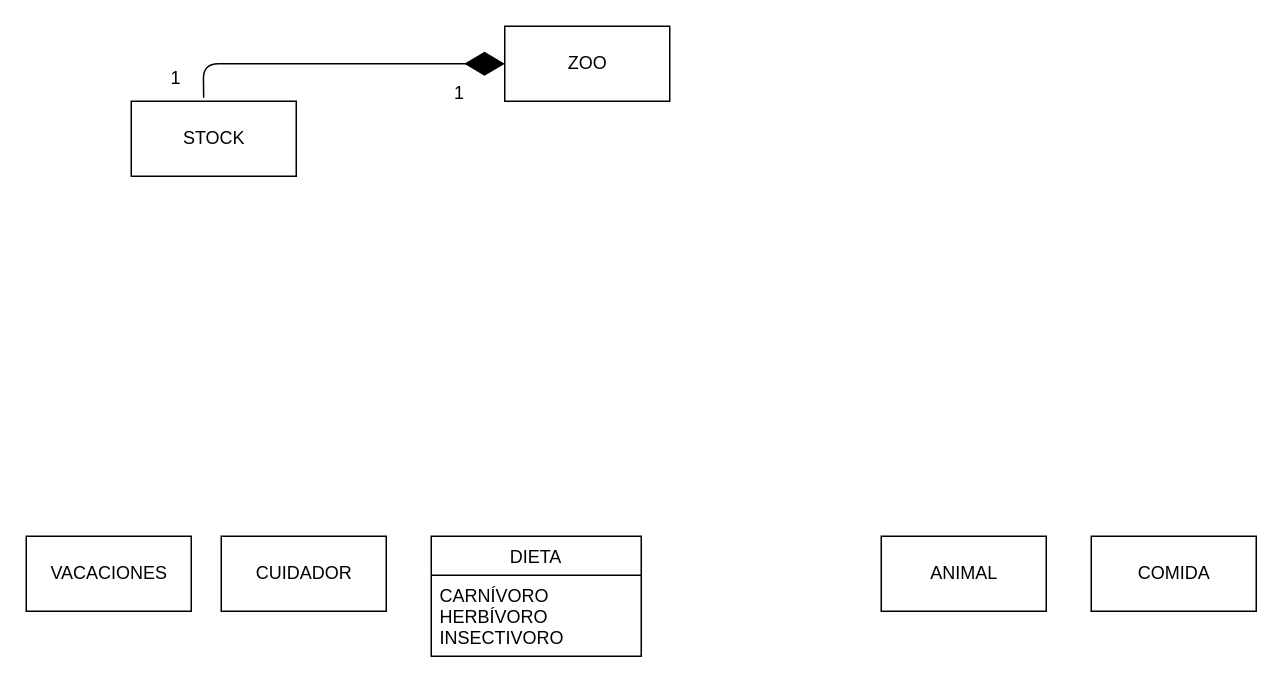
Above: EJ5/ejercicio5.drawio in Trabajo-gruupal-empresa/Mediante-UML (draw.io), before the change. Source tidied: cells renumbered, new cells numbered last; positions are measured from the earlier drawing's top-left corner, leaving out a move shared by most shapes. Both pictures are drawn from the tidied source at 150%, with x=0, y=0 at pixel (26, 26).
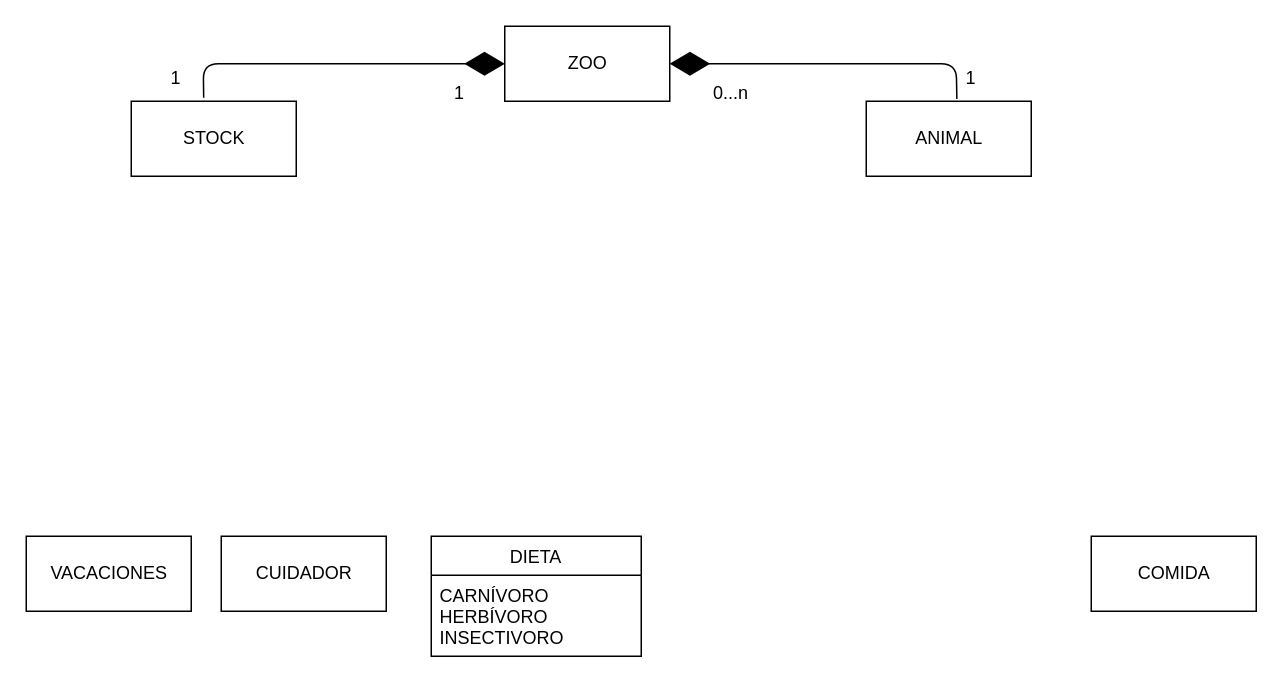
The same page after the edit.

Commit message:
composición animal/zoo

The edit, as a diff of the source:
```diff
@@
 <mxGraphModel>
   <root>
     <mxCell id="0" />
     <mxCell id="1" parent="0" />
     <mxCell id="2" value="ZOO" style="html=1;" parent="1" vertex="1">
       <mxGeometry x="319" width="110" height="50" as="geometry" />
     </mxCell>
     <mxCell id="3" value="CUIDADOR" style="html=1;" parent="1" vertex="1">
       <mxGeometry x="130" y="340" width="110" height="50" as="geometry" />
     </mxCell>
     <mxCell id="4" value="ANIMAL" style="html=1;" parent="1" vertex="1">
-      <mxGeometry x="570" y="340" width="110" height="50" as="geometry" />
+      <mxGeometry x="560" y="50" width="110" height="50" as="geometry" />
     </mxCell>
     <mxCell id="5" value="COMIDA" style="html=1;" parent="1" vertex="1">
       <mxGeometry x="710" y="340" width="110" height="50" as="geometry" />
     </mxCell>
     <mxCell id="6" value="VACACIONES" style="html=1;" parent="1" vertex="1">
       <mxGeometry y="340" width="110" height="50" as="geometry" />
     </mxCell>
     <mxCell id="7" value="STOCK" style="html=1;" parent="1" vertex="1">
       <mxGeometry x="70" y="50" width="110" height="50" as="geometry" />
     </mxCell>
     <mxCell id="8" value="DIETA" style="swimlane;fontStyle=0;horizontal=1;startSize=26;fillColor=none;" parent="1" vertex="1">
       <mxGeometry x="270" y="340" width="140" height="80" as="geometry" />
     </mxCell>
     <mxCell id="9" value="CARNÍVORO&#10;HERBÍVORO&#10;INSECTIVORO" style="text;strokeColor=none;fillColor=none;align=left;verticalAlign=top;spacingLeft=4;spacingRight=4;overflow=hidden;" parent="8" vertex="1">
       <mxGeometry y="26" width="140" height="54" as="geometry" />
     </mxCell>
     <mxCell id="10" style="endArrow=diamondThin;endFill=1;endSize=24;html=1;entryX=0;entryY=0.5;entryDx=0;entryDy=0;exitX=0.439;exitY=-0.047;exitDx=0;exitDy=0;exitPerimeter=0;" parent="1" edge="1" source="7" target="2">
       <mxGeometry relative="1" as="geometry">
         <Array as="points">
           <mxPoint x="118" y="25" />
         </Array>
       </mxGeometry>
     </mxCell>
     <mxCell id="11" value="1" style="text;strokeColor=none;align=center;fillColor=none;html=1;verticalAlign=middle;whiteSpace=wrap;rounded=0;" parent="1" vertex="1">
       <mxGeometry x="259" y="30" width="60" height="30" as="geometry" />
     </mxCell>
     <mxCell id="12" value="1" style="text;strokeColor=none;align=center;fillColor=none;html=1;verticalAlign=middle;whiteSpace=wrap;rounded=0;" parent="1" vertex="1">
       <mxGeometry x="70" y="20" width="60" height="30" as="geometry" />
     </mxCell>
+    <mxCell id="13" style="endArrow=diamondThin;endFill=1;endSize=24;html=1;entryX=1;entryY=0.5;entryDx=0;entryDy=0;exitX=0.549;exitY=-0.03;exitDx=0;exitDy=0;exitPerimeter=0;" parent="1" edge="1" source="4" target="2">
+      <mxGeometry relative="1" as="geometry">
+        <Array as="points">
+          <mxPoint x="620" y="25" />
+        </Array>
+      </mxGeometry>
+    </mxCell>
+    <mxCell id="14" value="1" style="text;strokeColor=none;align=center;fillColor=none;html=1;verticalAlign=middle;whiteSpace=wrap;rounded=0;" parent="1" vertex="1">
+      <mxGeometry x="600" y="20" width="60" height="30" as="geometry" />
+    </mxCell>
+    <mxCell id="15" value="0...n" style="text;strokeColor=none;align=center;fillColor=none;html=1;verticalAlign=middle;whiteSpace=wrap;rounded=0;" parent="1" vertex="1">
+      <mxGeometry x="440" y="30" width="60" height="30" as="geometry" />
+    </mxCell>
   </root>
 </mxGraphModel>
```
